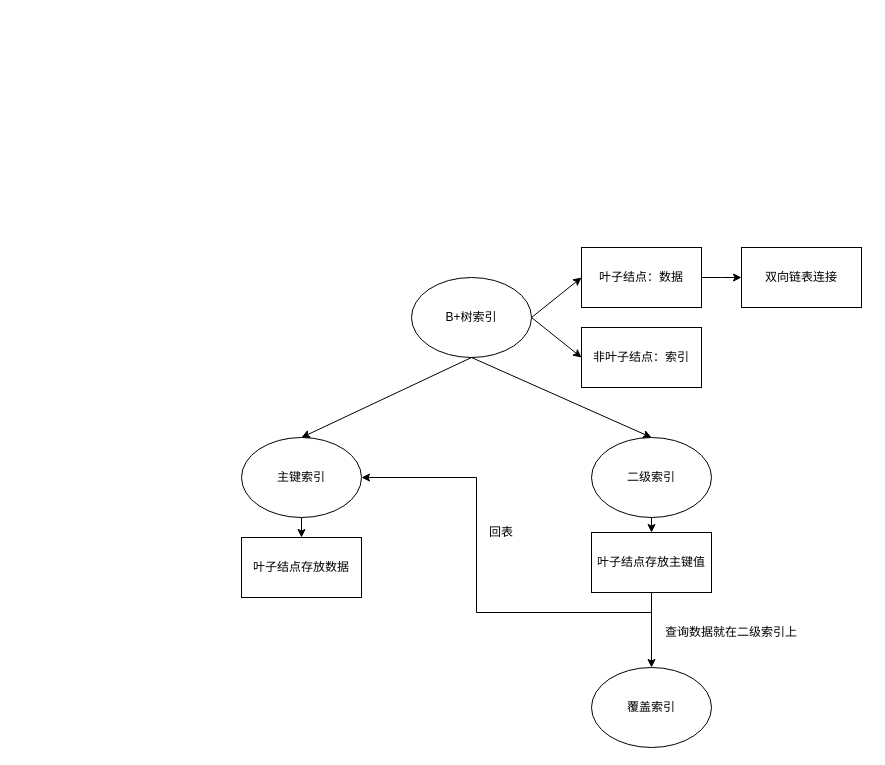
This is MySQL索引.drawio from 1155200424/diagrams, a draw.io file, before an edit. Source tidied: cells renumbered, new cells numbered last; positions are measured from the earlier drawing's top-left corner, leaving out a move shared by most shapes. Both pictures are drawn from the tidied source at 100%, with x=0, y=0 at pixel (241, 247).
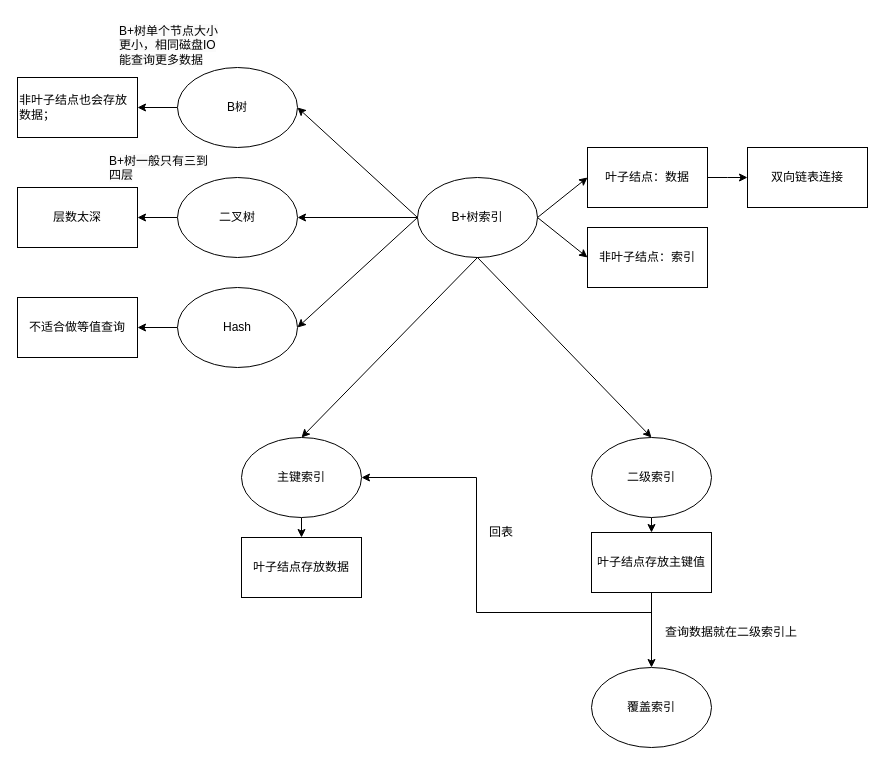
Above is the later version.

The change refers to these unchanged cells:
```xml
<mxCell id="10" value="主键索引" style="ellipse;whiteSpace=wrap;html=1;" parent="1" vertex="1">
  <mxGeometry y="190" width="120" height="80" as="geometry" />
</mxCell>
<mxCell id="14" value="二级索引" style="ellipse;whiteSpace=wrap;html=1;" parent="1" vertex="1">
  <mxGeometry x="350" y="190" width="120" height="80" as="geometry" />
</mxCell>
```

What changed in the source:
```diff
@@
     <mxCell id="2" style="edgeStyle=orthogonalEdgeStyle;rounded=0;jettySize=auto;html=1;exitX=1;exitY=0.5;exitDx=0;exitDy=0;" parent="1" edge="1" source="3">
       <mxGeometry relative="1" as="geometry">
-        <mxPoint x="500" y="30" as="targetPoint" />
+        <mxPoint x="506" y="-70" as="targetPoint" />
       </mxGeometry>
     </mxCell>
     <mxCell id="3" value="叶子结点：数据&lt;br&gt;" style="rounded=0;whiteSpace=wrap;html=1;" parent="1" vertex="1">
-      <mxGeometry x="340" width="120" height="60" as="geometry" />
+      <mxGeometry x="346" y="-100" width="120" height="60" as="geometry" />
     </mxCell>
     <mxCell id="4" value="B+树索引" style="ellipse;whiteSpace=wrap;html=1;" parent="1" vertex="1">
-      <mxGeometry x="170" y="30" width="120" height="80" as="geometry" />
+      <mxGeometry x="176" y="-70" width="120" height="80" as="geometry" />
     </mxCell>
     <mxCell id="5" value="非叶子结点：索引" style="rounded=0;whiteSpace=wrap;html=1;" parent="1" vertex="1">
-      <mxGeometry x="340" y="80" width="120" height="60" as="geometry" />
+      <mxGeometry x="346" y="-20" width="120" height="60" as="geometry" />
     </mxCell>
     <mxCell id="6" style="endArrow=classic;html=1;rounded=0;entryX=0;entryY=0.5;entryDx=0;entryDy=0;" parent="1" edge="1" target="3">
       <mxGeometry relative="1" as="geometry">
-        <mxPoint x="290" y="70" as="sourcePoint" />
+        <mxPoint x="296" y="-30" as="sourcePoint" />
       </mxGeometry>
     </mxCell>
     <mxCell id="7" style="endArrow=classic;html=1;rounded=0;entryX=0;entryY=0.5;entryDx=0;entryDy=0;" parent="1" edge="1" target="5">
       <mxGeometry relative="1" as="geometry">
-        <mxPoint x="290" y="70" as="sourcePoint" />
+        <mxPoint x="296" y="-30" as="sourcePoint" />
       </mxGeometry>
     </mxCell>
     <mxCell id="8" value="双向链表连接" style="rounded=0;whiteSpace=wrap;html=1;" parent="1" vertex="1">
-      <mxGeometry x="500" width="120" height="60" as="geometry" />
+      <mxGeometry x="506" y="-100" width="120" height="60" as="geometry" />
     </mxCell>
@@
     <mxCell id="11" style="endArrow=classic;html=1;rounded=0;entryX=0.5;entryY=0;entryDx=0;entryDy=0;" parent="1" edge="1" target="10">
       <mxGeometry relative="1" as="geometry">
-        <mxPoint x="230" y="110" as="sourcePoint" />
+        <mxPoint x="236" y="10" as="sourcePoint" />
       </mxGeometry>
     </mxCell>
@@
     <mxCell id="15" style="endArrow=classic;html=1;rounded=0;entryX=0.5;entryY=0;entryDx=0;entryDy=0;" parent="1" edge="1" target="14">
       <mxGeometry relative="1" as="geometry">
-        <mxPoint x="230" y="110" as="sourcePoint" />
+        <mxPoint x="236" y="10" as="sourcePoint" />
       </mxGeometry>
     </mxCell>
@@
+    <mxCell id="22" style="edgeStyle=orthogonalEdgeStyle;rounded=0;jettySize=auto;html=1;exitX=0;exitY=0.5;exitDx=0;exitDy=0;" parent="1" edge="1" source="23" target="31">
+      <mxGeometry relative="1" as="geometry" />
+    </mxCell>
+    <mxCell id="23" value="B树" style="ellipse;whiteSpace=wrap;html=1;" parent="1" vertex="1">
+      <mxGeometry x="-64" y="-180" width="120" height="80" as="geometry" />
+    </mxCell>
+    <mxCell id="24" style="edgeStyle=orthogonalEdgeStyle;rounded=0;jettySize=auto;html=1;exitX=0;exitY=0.5;exitDx=0;exitDy=0;entryX=1;entryY=0.5;entryDx=0;entryDy=0;" parent="1" edge="1" source="25" target="33">
+      <mxGeometry relative="1" as="geometry" />
+    </mxCell>
+    <mxCell id="25" value="二叉树" style="ellipse;whiteSpace=wrap;html=1;" parent="1" vertex="1">
+      <mxGeometry x="-64" y="-70" width="120" height="80" as="geometry" />
+    </mxCell>
+    <mxCell id="26" style="edgeStyle=orthogonalEdgeStyle;rounded=0;jettySize=auto;html=1;exitX=0;exitY=0.5;exitDx=0;exitDy=0;entryX=1;entryY=0.5;entryDx=0;entryDy=0;" parent="1" edge="1" source="27" target="35">
+      <mxGeometry relative="1" as="geometry" />
+    </mxCell>
+    <mxCell id="27" value="Hash" style="ellipse;whiteSpace=wrap;html=1;" parent="1" vertex="1">
+      <mxGeometry x="-64" y="40" width="120" height="80" as="geometry" />
+    </mxCell>
+    <mxCell id="28" style="endArrow=classic;html=1;rounded=0;entryX=1;entryY=0.5;entryDx=0;entryDy=0;" parent="1" edge="1" target="23">
+      <mxGeometry relative="1" as="geometry">
+        <mxPoint x="176" y="-30" as="sourcePoint" />
+      </mxGeometry>
+    </mxCell>
+    <mxCell id="29" style="endArrow=classic;html=1;rounded=0;entryX=1;entryY=0.5;entryDx=0;entryDy=0;" parent="1" edge="1" target="25">
+      <mxGeometry relative="1" as="geometry">
+        <mxPoint x="176" y="-30" as="sourcePoint" />
+      </mxGeometry>
+    </mxCell>
+    <mxCell id="30" style="endArrow=classic;html=1;rounded=0;entryX=1;entryY=0.5;entryDx=0;entryDy=0;" parent="1" edge="1" target="27">
+      <mxGeometry relative="1" as="geometry">
+        <mxPoint x="176" y="-30" as="sourcePoint" />
+      </mxGeometry>
+    </mxCell>
+    <mxCell id="31" value="非叶子结点也会存放数据；" style="rounded=0;whiteSpace=wrap;html=1;align=left;" parent="1" vertex="1">
+      <mxGeometry x="-224" y="-170" width="120" height="60" as="geometry" />
+    </mxCell>
+    <mxCell id="32" value="&lt;span style=&quot;color: rgb(0, 0, 0); font-family: Helvetica; font-size: 12px; font-style: normal; font-variant-ligatures: normal; font-variant-caps: normal; font-weight: 400; letter-spacing: normal; orphans: 2; text-align: left; text-indent: 0px; text-transform: none; widows: 2; word-spacing: 0px; -webkit-text-stroke-width: 0px; background-color: rgb(251, 251, 251); text-decoration-thickness: initial; text-decoration-style: initial; text-decoration-color: initial; float: none; display: inline !important;&quot;&gt;B+树单个节点大小更小，相同磁盘IO能查询更多数据&lt;/span&gt;" style="text;whiteSpace=wrap;html=1;" parent="1" vertex="1">
+      <mxGeometry x="-124" y="-230" width="110" height="50" as="geometry" />
+    </mxCell>
+    <mxCell id="33" value="层数太深" style="rounded=0;whiteSpace=wrap;html=1;align=center;" parent="1" vertex="1">
+      <mxGeometry x="-224" y="-60" width="120" height="60" as="geometry" />
+    </mxCell>
+    <mxCell id="34" value="&lt;span style=&quot;color: rgb(0, 0, 0); font-family: Helvetica; font-size: 12px; font-style: normal; font-variant-ligatures: normal; font-variant-caps: normal; font-weight: 400; letter-spacing: normal; orphans: 2; text-align: left; text-indent: 0px; text-transform: none; widows: 2; word-spacing: 0px; -webkit-text-stroke-width: 0px; background-color: rgb(251, 251, 251); text-decoration-thickness: initial; text-decoration-style: initial; text-decoration-color: initial; float: none; display: inline !important;&quot;&gt;B+树一般只有三到四层&lt;/span&gt;" style="text;whiteSpace=wrap;html=1;" parent="1" vertex="1">
+      <mxGeometry x="-134" y="-100" width="110" height="40" as="geometry" />
+    </mxCell>
+    <mxCell id="35" value="不适合做等值查询" style="rounded=0;whiteSpace=wrap;html=1;align=center;" parent="1" vertex="1">
+      <mxGeometry x="-224" y="50" width="120" height="60" as="geometry" />
+    </mxCell>
```
